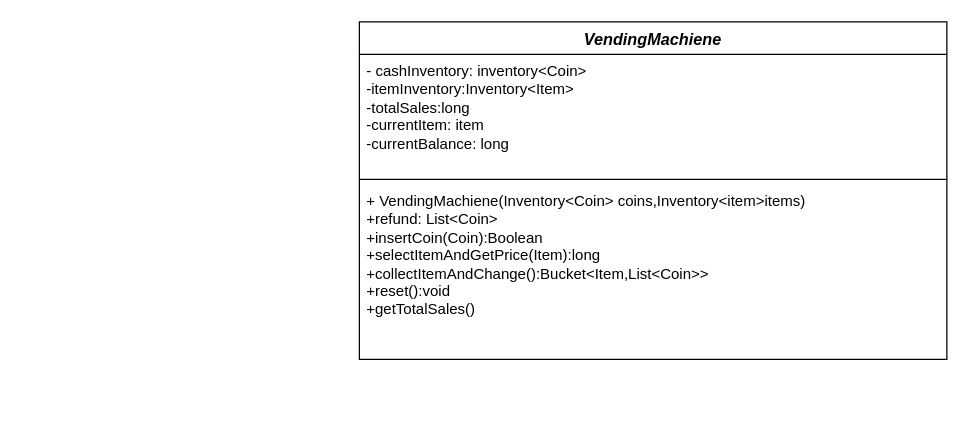
Ayushjha99/Ayushjha99 keeps this draw.io diagram as Vending Machiene.drawio. Above is the earlier version. Source tidied: cells renumbered, new cells numbered last; positions are measured from the earlier drawing's top-left corner, leaving out a move shared by most shapes. Both pictures are drawn from the tidied source at 125%, with x=0, y=0 at pixel (359, 21).
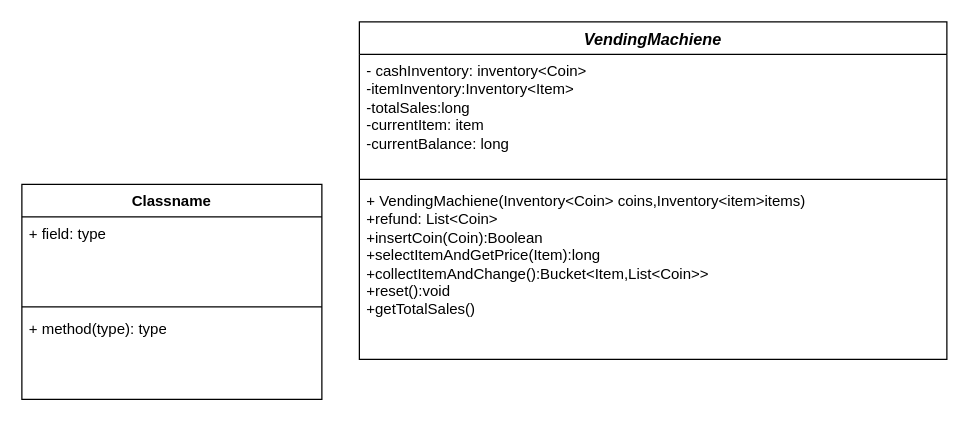
The same diagram, later.

Diff of the diagram source:
```diff
@@
 <mxGraphModel>
   <root>
     <mxCell id="0" />
     <mxCell id="1" parent="0" />
     <mxCell id="2" value="&lt;i style=&quot;&quot;&gt;&lt;font style=&quot;font-size: 13px;&quot;&gt;VendingMachiene&lt;/font&gt;&lt;/i&gt;" style="swimlane;fontStyle=1;align=center;verticalAlign=top;horizontal=1;startSize=26;whiteSpace=wrap;html=1;" parent="1" vertex="1">
       <mxGeometry width="470" height="270" as="geometry" />
     </mxCell>
     <mxCell id="3" value="- cashInventory: inventory&amp;lt;Coin&amp;gt;&lt;br&gt;-itemInventory:Inventory&amp;lt;Item&amp;gt;&lt;br&gt;-totalSales:long&lt;br&gt;-currentItem: item&lt;br&gt;-currentBalance: long" style="text;strokeColor=none;fillColor=none;align=left;verticalAlign=top;spacingLeft=4;spacingRight=4;overflow=hidden;whiteSpace=wrap;html=1;" parent="2" vertex="1">
       <mxGeometry y="26" width="470" height="96" as="geometry" />
     </mxCell>
     <mxCell id="4" style="line;strokeWidth=1;fillColor=none;align=left;verticalAlign=middle;spacingTop=-1;spacingLeft=3;spacingRight=3;labelPosition=right;strokeColor=inherit;" parent="2" vertex="1">
       <mxGeometry y="122" width="470" height="8" as="geometry" />
     </mxCell>
     <mxCell id="5" value="+ VendingMachiene(Inventory&amp;lt;Coin&amp;gt; coins,Inventory&amp;lt;item&amp;gt;items)&lt;br&gt;+refund: List&amp;lt;Coin&amp;gt;&lt;br&gt;+insertCoin(Coin):Boolean&lt;br&gt;+selectItemAndGetPrice(Item):long&lt;br&gt;+collectItemAndChange():Bucket&amp;lt;Item,List&amp;lt;Coin&amp;gt;&amp;gt;&lt;br&gt;+reset():void&lt;br&gt;+getTotalSales()&lt;br&gt;" style="text;strokeColor=none;fillColor=none;align=left;verticalAlign=top;spacingLeft=4;spacingRight=4;overflow=hidden;whiteSpace=wrap;html=1;" parent="2" vertex="1">
       <mxGeometry y="130" width="470" height="140" as="geometry" />
     </mxCell>
+    <mxCell id="6" value="Classname" style="swimlane;fontStyle=1;align=center;verticalAlign=top;horizontal=1;startSize=26;whiteSpace=wrap;html=1;" parent="1" vertex="1">
+      <mxGeometry x="-270" y="130" width="240" height="172" as="geometry" />
+    </mxCell>
+    <mxCell id="7" value="+ field: type" style="text;strokeColor=none;fillColor=none;align=left;verticalAlign=top;spacingLeft=4;spacingRight=4;overflow=hidden;whiteSpace=wrap;html=1;" parent="6" vertex="1">
+      <mxGeometry y="26" width="240" height="68" as="geometry" />
+    </mxCell>
+    <mxCell id="8" style="line;strokeWidth=1;fillColor=none;align=left;verticalAlign=middle;spacingTop=-1;spacingLeft=3;spacingRight=3;labelPosition=right;strokeColor=inherit;" parent="6" vertex="1">
+      <mxGeometry y="94" width="240" height="8" as="geometry" />
+    </mxCell>
+    <mxCell id="9" value="+ method(type): type" style="text;strokeColor=none;fillColor=none;align=left;verticalAlign=top;spacingLeft=4;spacingRight=4;overflow=hidden;whiteSpace=wrap;html=1;" parent="6" vertex="1">
+      <mxGeometry y="102" width="240" height="70" as="geometry" />
+    </mxCell>
   </root>
 </mxGraphModel>
```
